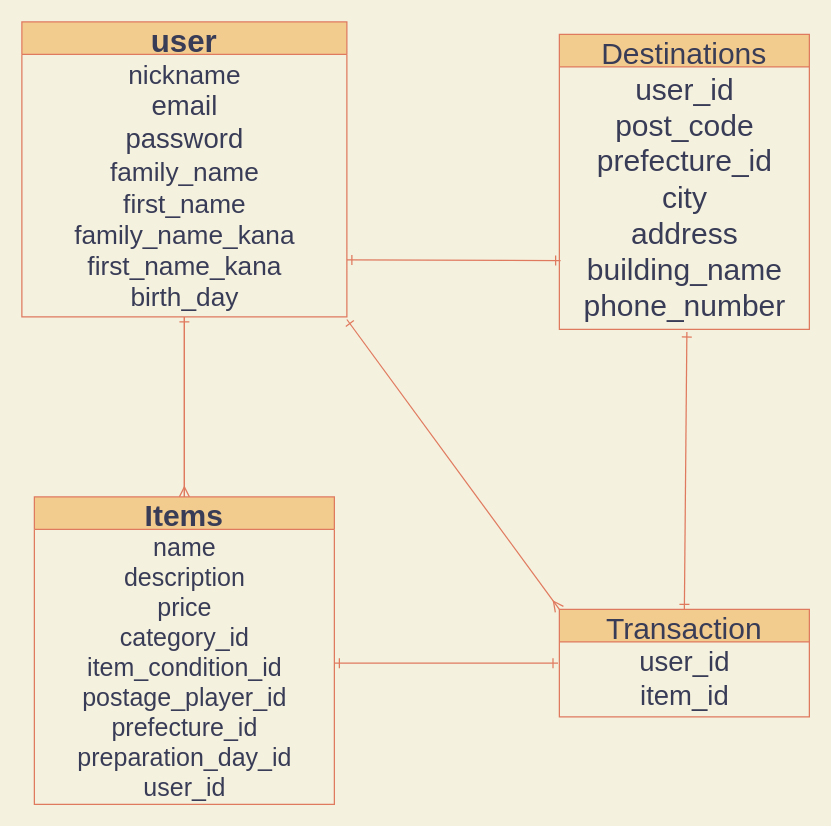
The draw.io diagram sample.dio in Ao-Ruki/furima-29378, before the edit. Source tidied: cells renumbered, new cells numbered last; positions are measured from the earlier drawing's top-left corner, leaving out a move shared by most shapes. Both pictures are drawn from the tidied source at 125%, with x=0, y=0 at pixel (21, 21).
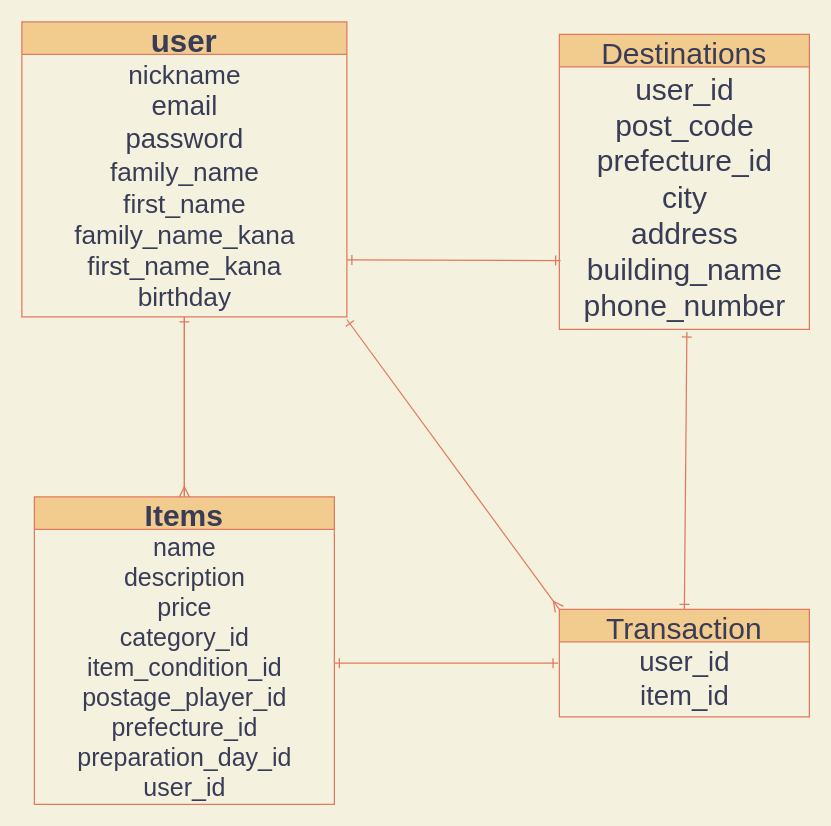
The same diagram, later.

The edit, as a diff of the source:
```diff
@@
 <mxGraphModel background="#F4F1DE">
   <root>
     <mxCell id="0" />
     <mxCell id="1" parent="0" />
     <mxCell id="2" style="edgeStyle=orthogonalEdgeStyle;rounded=0;jettySize=auto;html=1;fontSize=24;endArrow=ERmany;endFill=0;entryX=0.5;entryY=0;entryDx=0;entryDy=0;labelBackgroundColor=#F4F1DE;strokeColor=#E07A5F;fontColor=#393C56;" parent="1" edge="1" source="3" target="6">
       <mxGeometry relative="1" as="geometry" />
     </mxCell>
     <mxCell id="3" value="user" style="swimlane;fontStyle=1;horizontal=1;startSize=26;align=center;fontSize=25;html=0;fillColor=#F2CC8F;strokeColor=#E07A5F;fontColor=#393C56;" parent="1" vertex="1">
       <mxGeometry width="260" height="236" as="geometry" />
     </mxCell>
-    <mxCell id="4" value="nickname&lt;font&gt;&lt;br&gt;&lt;span style=&quot;font-size: 22px&quot;&gt;email&lt;/span&gt;&lt;font size=&quot;1&quot;&gt;&lt;br&gt;&lt;/font&gt;&lt;/font&gt;&lt;font style=&quot;font-size: 22px&quot;&gt;password&lt;/font&gt;&lt;br&gt;family_name&lt;br&gt;first_name&lt;br&gt;family_name_kana&lt;br&gt;first_name_kana&lt;br&gt;birth_day" style="text;html=1;align=center;verticalAlign=middle;points=[];fontSize=21;fontColor=#393C56;" parent="3" vertex="1">
+    <mxCell id="4" value="nickname&lt;font&gt;&lt;br&gt;&lt;span style=&quot;font-size: 22px&quot;&gt;email&lt;/span&gt;&lt;font size=&quot;1&quot;&gt;&lt;br&gt;&lt;/font&gt;&lt;/font&gt;&lt;font style=&quot;font-size: 22px&quot;&gt;password&lt;/font&gt;&lt;br&gt;family_name&lt;br&gt;first_name&lt;br&gt;family_name_kana&lt;br&gt;first_name_kana&lt;br&gt;birthday" style="text;html=1;align=center;verticalAlign=middle;points=[];fontSize=21;fontColor=#393C56;" parent="3" vertex="1">
       <mxGeometry y="26" width="260" height="210" as="geometry" />
     </mxCell>
     <mxCell id="5" style="edgeStyle=orthogonalEdgeStyle;rounded=0;jettySize=auto;html=1;exitX=0.5;exitY=0;exitDx=0;exitDy=0;entryX=0.5;entryY=1;entryDx=0;entryDy=0;entryPerimeter=0;endArrow=ERone;endFill=0;fontSize=24;labelBackgroundColor=#F4F1DE;strokeColor=#E07A5F;fontColor=#393C56;" parent="1" edge="1" source="6" target="4">
       <mxGeometry relative="1" as="geometry" />
     </mxCell>
     <mxCell id="6" value="Items" style="swimlane;fontStyle=1;horizontal=1;startSize=26;align=center;fontSize=24;html=0;fillColor=#F2CC8F;strokeColor=#E07A5F;fontColor=#393C56;" parent="1" vertex="1">
       <mxGeometry x="10" y="380" width="240" height="246" as="geometry" />
     </mxCell>
     <mxCell id="7" value="name&lt;br&gt;description&lt;br&gt;price&lt;br&gt;category_id&lt;br&gt;item_condition_id&lt;br&gt;postage_player_id&lt;br&gt;prefecture_id&lt;br&gt;preparation_day_id&lt;br&gt;user_id" style="text;html=1;align=center;verticalAlign=middle;fontSize=20;fontColor=#393C56;" parent="6" vertex="1">
       <mxGeometry y="26" width="240" height="220" as="geometry" />
     </mxCell>
     <mxCell id="8" style="endArrow=ERone;html=1;rounded=0;fontSize=24;endFill=0;labelBackgroundColor=#F4F1DE;strokeColor=#E07A5F;fontColor=#393C56;" parent="1" edge="1">
       <mxGeometry relative="1" as="geometry">
         <mxPoint x="260" y="160" as="sourcePoint" />
         <mxPoint x="260" y="160" as="targetPoint" />
       </mxGeometry>
     </mxCell>
     <mxCell id="9" style="fontSize=12;html=1;endArrow=ERone;startArrow=ERone;endFill=0;startFill=0;exitX=1;exitY=0.783;exitDx=0;exitDy=0;exitPerimeter=0;jumpStyle=none;jumpSize=8;targetPerimeterSpacing=2;sourcePerimeterSpacing=2;sketch=0;shadow=0;entryX=0.005;entryY=0.738;entryDx=0;entryDy=0;entryPerimeter=0;labelBackgroundColor=#F4F1DE;strokeColor=#E07A5F;fontColor=#393C56;" parent="1" edge="1" source="4" target="14">
       <mxGeometry relative="1" as="geometry" />
     </mxCell>
     <mxCell id="10" style="edgeStyle=entityRelationEdgeStyle;fontSize=12;html=1;endArrow=ERone;endFill=0;startArrow=ERone;startFill=0;entryX=-0.006;entryY=0.386;entryDx=0;entryDy=0;entryPerimeter=0;labelBackgroundColor=#F4F1DE;strokeColor=#E07A5F;fontColor=#393C56;" parent="1" edge="1">
       <mxGeometry relative="1" as="geometry">
         <mxPoint x="250" y="513" as="sourcePoint" />
         <mxPoint x="428.9" y="513" as="targetPoint" />
       </mxGeometry>
     </mxCell>
     <mxCell id="11" value="Transaction" style="swimlane;fontStyle=0;horizontal=1;startSize=26;align=center;fontSize=24;rounded=0;sketch=0;fillColor=#F2CC8F;strokeColor=#E07A5F;fontColor=#393C56;" parent="1" vertex="1">
       <mxGeometry x="430" y="470" width="200" height="86" as="geometry" />
     </mxCell>
     <mxCell id="12" value="user_id&lt;br&gt;item_id" style="text;html=1;align=center;verticalAlign=middle;fontSize=22;fontColor=#393C56;" parent="11" vertex="1">
       <mxGeometry y="26" width="200" height="60" as="geometry" />
     </mxCell>
     <mxCell id="13" value="Destinations" style="swimlane;fontStyle=0;horizontal=1;startSize=26;align=center;fontSize=24;html=0;fillColor=#F2CC8F;strokeColor=#E07A5F;fontColor=#393C56;" parent="1" vertex="1">
       <mxGeometry x="430" y="10" width="200" height="236" as="geometry" />
     </mxCell>
     <mxCell id="14" value="user_id&lt;br&gt;post_code&lt;br&gt;prefecture_id&lt;br&gt;city&lt;br&gt;address&lt;br&gt;building_name&lt;br&gt;phone_number" style="text;html=1;align=center;verticalAlign=middle;points=[];fontSize=24;fontColor=#393C56;" parent="13" vertex="1">
       <mxGeometry y="26" width="200" height="210" as="geometry" />
     </mxCell>
     <mxCell id="15" style="fontSize=12;html=1;endArrow=ERone;startArrow=ERone;exitX=0.5;exitY=0;exitDx=0;exitDy=0;entryX=0.51;entryY=1.01;entryDx=0;entryDy=0;entryPerimeter=0;startFill=0;endFill=0;labelBackgroundColor=#F4F1DE;strokeColor=#E07A5F;fontColor=#393C56;" parent="1" edge="1" source="11" target="14">
       <mxGeometry relative="1" as="geometry" />
     </mxCell>
     <mxCell id="16" style="fontSize=12;html=1;endArrow=ERmany;startArrow=ERone;strokeColor=#E07A5F;fillColor=#F2CC8F;entryX=0;entryY=0;entryDx=0;entryDy=0;exitX=1;exitY=1.01;exitDx=0;exitDy=0;exitPerimeter=0;endFill=0;startFill=0;" parent="1" edge="1" source="4" target="11">
       <mxGeometry relative="1" as="geometry" />
     </mxCell>
   </root>
 </mxGraphModel>
```
